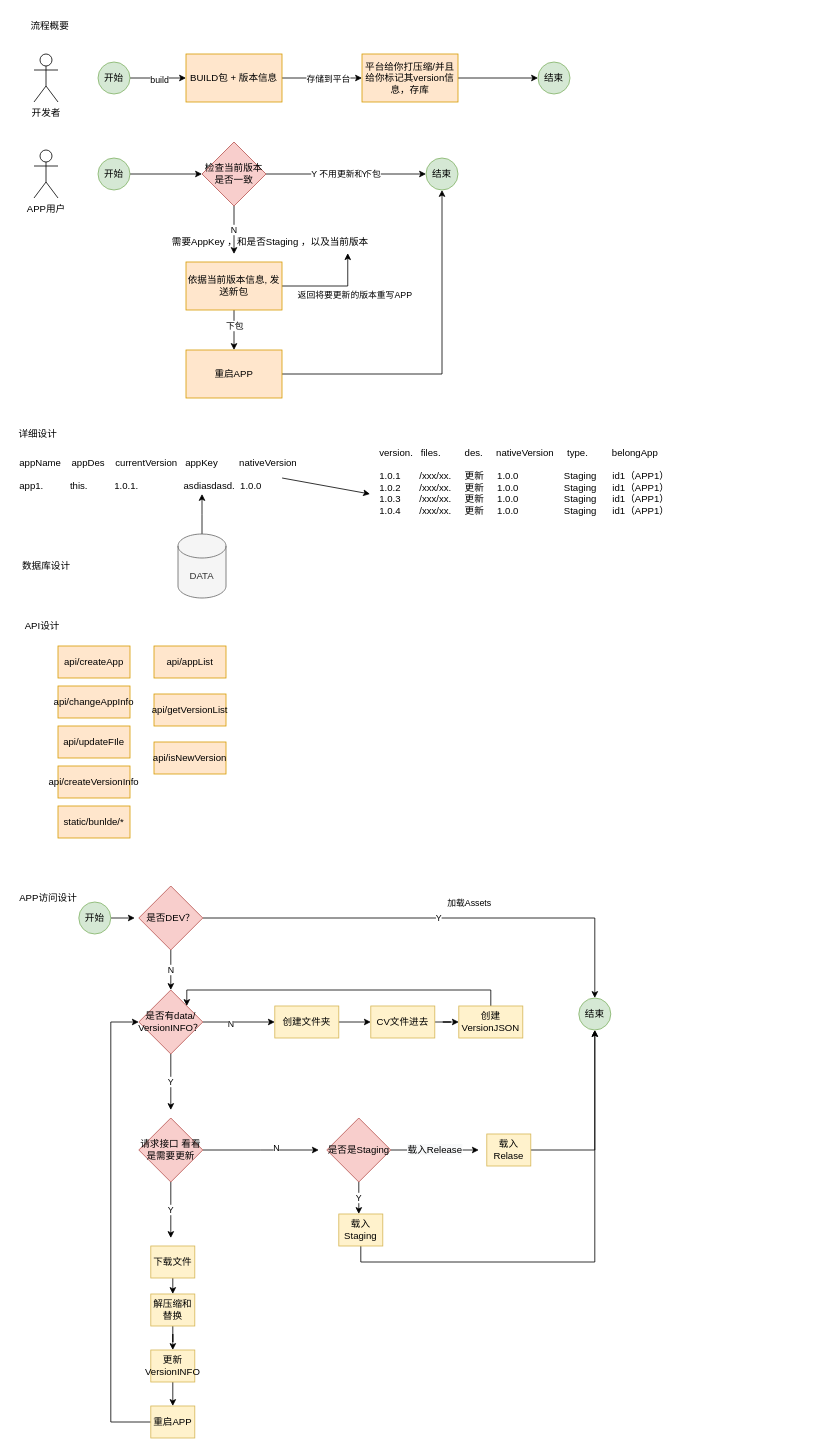
Before: doc/ServiceHot设计.drawio in BM-laoli/Android-IOS-ReactNative, a draw.io diagram. Source tidied: cells renumbered, new cells numbered last; positions are measured from the earlier drawing's top-left corner, leaving out a move shared by most shapes. Both pictures are drawn from the tidied source at 80%, with x=0, y=0 at pixel (14, 14).
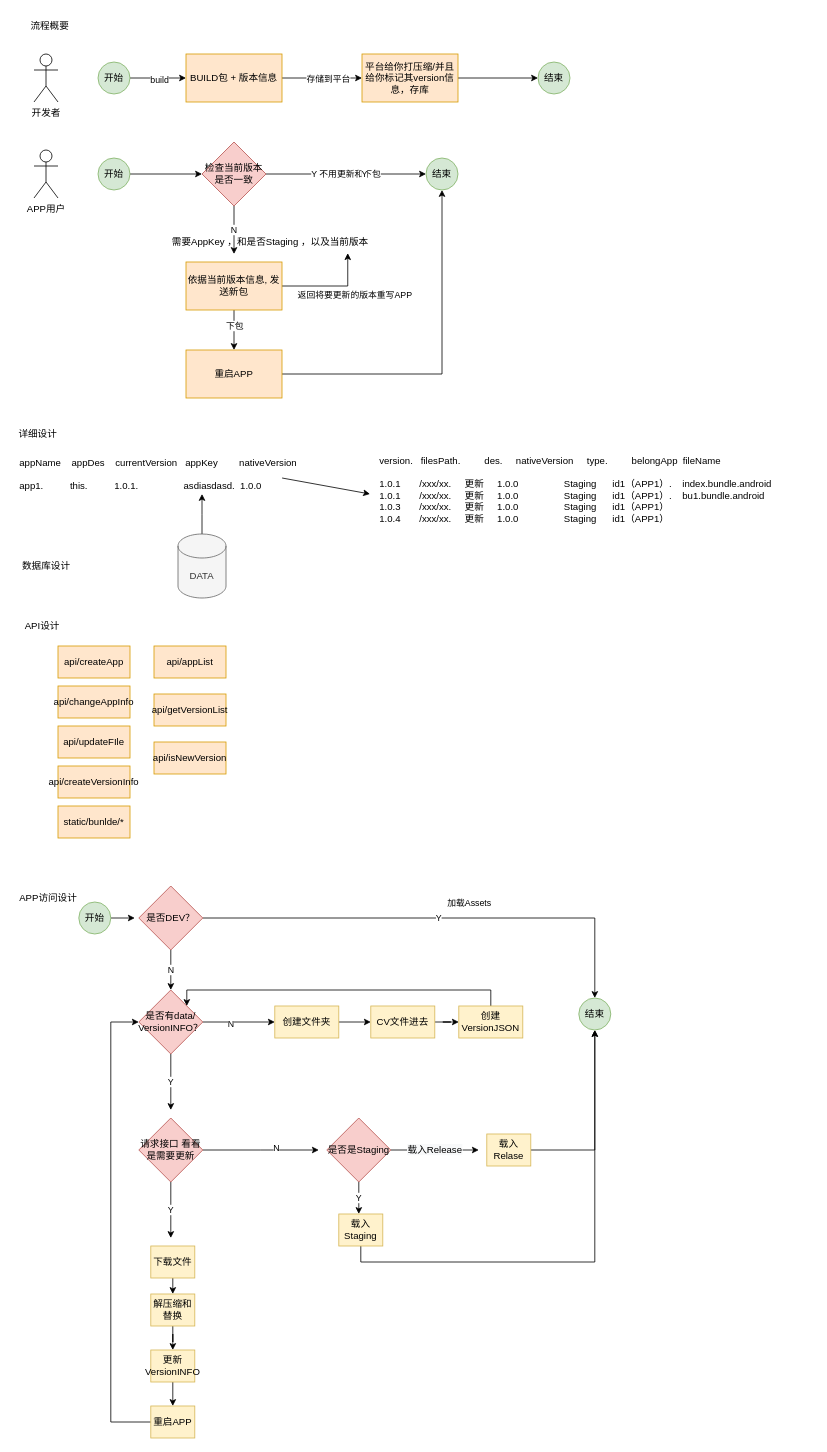
The same page after the edit.

The edit, as a diff of the source:
```diff
@@
-    <mxCell id="33" value="version.&amp;nbsp; &amp;nbsp;files.&amp;nbsp; &amp;nbsp; &amp;nbsp; &amp;nbsp; &amp;nbsp;des.&amp;nbsp; &amp;nbsp; &amp;nbsp;nativeVersion&amp;nbsp; &amp;nbsp; &amp;nbsp;type.&amp;nbsp; &amp;nbsp; &amp;nbsp; &amp;nbsp; &amp;nbsp;belongApp&amp;nbsp;&lt;br&gt;&lt;br&gt;1.0.1&amp;nbsp; &amp;nbsp; &amp;nbsp; &amp;nbsp;/xxx/xx.&amp;nbsp; &amp;nbsp; &amp;nbsp;更新&amp;nbsp; &amp;nbsp; &amp;nbsp;1.0.0&amp;nbsp; &amp;nbsp; &amp;nbsp; &amp;nbsp; &amp;nbsp; &amp;nbsp; &amp;nbsp; &amp;nbsp; &amp;nbsp;Staging&amp;nbsp; &amp;nbsp; &amp;nbsp; id1（APP1）&lt;br&gt;1.0.2&amp;nbsp; &amp;nbsp; &amp;nbsp; &amp;nbsp;/xxx/xx.&amp;nbsp; &amp;nbsp; &amp;nbsp;更新&amp;nbsp; &amp;nbsp; &amp;nbsp;1.0.0&amp;nbsp; &amp;nbsp; &amp;nbsp; &amp;nbsp; &amp;nbsp; &amp;nbsp; &amp;nbsp; &amp;nbsp; &amp;nbsp;Staging&amp;nbsp; &amp;nbsp; &amp;nbsp; id1（APP1）&lt;br&gt;1.0.3&amp;nbsp; &amp;nbsp; &amp;nbsp; &amp;nbsp;/xxx/xx.&amp;nbsp; &amp;nbsp; &amp;nbsp;更新&amp;nbsp; &amp;nbsp; &amp;nbsp;1.0.0&amp;nbsp; &amp;nbsp; &amp;nbsp; &amp;nbsp; &amp;nbsp; &amp;nbsp; &amp;nbsp; &amp;nbsp; &amp;nbsp;Staging&amp;nbsp; &amp;nbsp; &amp;nbsp; id1（APP1）&lt;br&gt;1.0.4&amp;nbsp; &amp;nbsp; &amp;nbsp; &amp;nbsp;/xxx/xx.&amp;nbsp; &amp;nbsp; &amp;nbsp;更新&amp;nbsp; &amp;nbsp; &amp;nbsp;1.0.0&amp;nbsp; &amp;nbsp; &amp;nbsp; &amp;nbsp; &amp;nbsp; &amp;nbsp; &amp;nbsp; &amp;nbsp; &amp;nbsp;Staging&amp;nbsp; &amp;nbsp; &amp;nbsp; id1（APP1）" style="text;html=1;strokeColor=none;fillColor=none;align=left;verticalAlign=middle;whiteSpace=wrap;rounded=0;" parent="1" vertex="1">
-      <mxGeometry x="455" y="570" width="380" height="30" as="geometry" />
+    <mxCell id="33" value="version.&amp;nbsp; &amp;nbsp;filesPath.&amp;nbsp; &amp;nbsp; &amp;nbsp; &amp;nbsp; &amp;nbsp;des.&amp;nbsp; &amp;nbsp; &amp;nbsp;nativeVersion&amp;nbsp; &amp;nbsp; &amp;nbsp;type.&amp;nbsp; &amp;nbsp; &amp;nbsp; &amp;nbsp; &amp;nbsp;belongApp&amp;nbsp; fileName&lt;br&gt;&lt;br&gt;1.0.1&amp;nbsp; &amp;nbsp; &amp;nbsp; &amp;nbsp;/xxx/xx.&amp;nbsp; &amp;nbsp; &amp;nbsp;更新&amp;nbsp; &amp;nbsp; &amp;nbsp;1.0.0&amp;nbsp; &amp;nbsp; &amp;nbsp; &amp;nbsp; &amp;nbsp; &amp;nbsp; &amp;nbsp; &amp;nbsp; &amp;nbsp;Staging&amp;nbsp; &amp;nbsp; &amp;nbsp; id1（APP1）.&amp;nbsp; &amp;nbsp; index.bundle.android&lt;br&gt;1.0.1&amp;nbsp; &amp;nbsp; &amp;nbsp; &amp;nbsp;/xxx/xx.&amp;nbsp; &amp;nbsp; &amp;nbsp;更新&amp;nbsp; &amp;nbsp; &amp;nbsp;1.0.0&amp;nbsp; &amp;nbsp; &amp;nbsp; &amp;nbsp; &amp;nbsp; &amp;nbsp; &amp;nbsp; &amp;nbsp; &amp;nbsp;Staging&amp;nbsp; &amp;nbsp; &amp;nbsp; id1（APP1）.&amp;nbsp; &amp;nbsp; bu1.bundle.android&lt;br&gt;1.0.3&amp;nbsp; &amp;nbsp; &amp;nbsp; &amp;nbsp;/xxx/xx.&amp;nbsp; &amp;nbsp; &amp;nbsp;更新&amp;nbsp; &amp;nbsp; &amp;nbsp;1.0.0&amp;nbsp; &amp;nbsp; &amp;nbsp; &amp;nbsp; &amp;nbsp; &amp;nbsp; &amp;nbsp; &amp;nbsp; &amp;nbsp;Staging&amp;nbsp; &amp;nbsp; &amp;nbsp; id1（APP1）&lt;br&gt;1.0.4&amp;nbsp; &amp;nbsp; &amp;nbsp; &amp;nbsp;/xxx/xx.&amp;nbsp; &amp;nbsp; &amp;nbsp;更新&amp;nbsp; &amp;nbsp; &amp;nbsp;1.0.0&amp;nbsp; &amp;nbsp; &amp;nbsp; &amp;nbsp; &amp;nbsp; &amp;nbsp; &amp;nbsp; &amp;nbsp; &amp;nbsp;Staging&amp;nbsp; &amp;nbsp; &amp;nbsp; id1（APP1）" style="text;html=1;strokeColor=none;fillColor=none;align=left;verticalAlign=middle;whiteSpace=wrap;rounded=0;" parent="1" vertex="1">
+      <mxGeometry x="455" y="570" width="545" height="50" as="geometry" />
     </mxCell>
```
